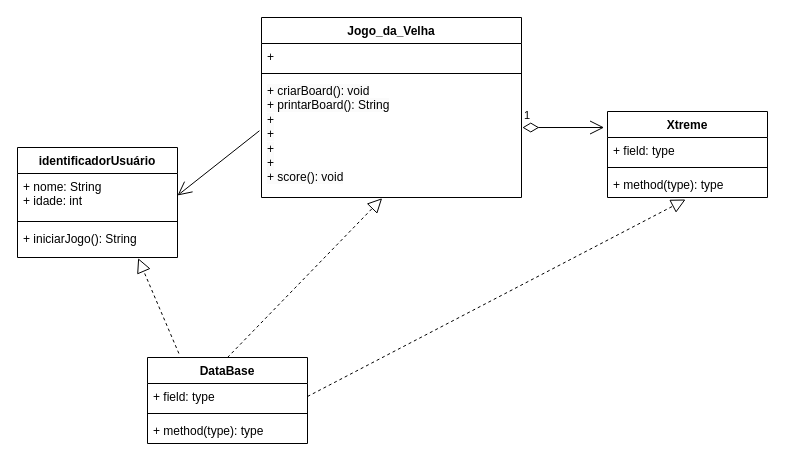
Earlier version of the draw.io diagram mini_projeto_3/Projeto_3/diagrama_de_classes.drawio (antonioscarvalho/Projetos-Orientados-a-Objetos). Source tidied: cells renumbered, new cells numbered last; positions are measured from the earlier drawing's top-left corner, leaving out a move shared by most shapes. Both pictures are drawn from the tidied source at 100%, with x=0, y=0 at pixel (17, 17).
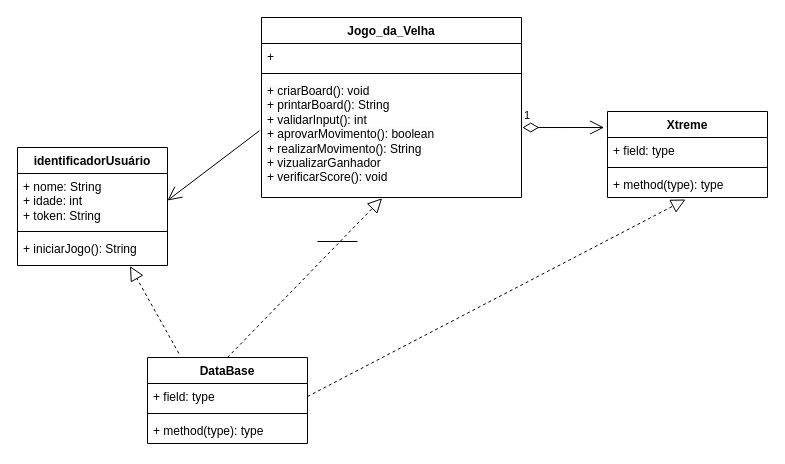
The same diagram, later.

The change refers to these unchanged cells:
```xml
<mxCell id="6" value="Jogo_da_Velha" style="swimlane;fontStyle=1;align=center;verticalAlign=top;horizontal=1;startSize=26;whiteSpace=wrap;html=1;" parent="1" vertex="1">
  <mxGeometry x="244" width="260" height="180" as="geometry" />
</mxCell>
<mxCell id="10" value="DataBase" style="swimlane;fontStyle=1;align=center;verticalAlign=top;horizontal=1;startSize=26;whiteSpace=wrap;html=1;" parent="1" vertex="1">
  <mxGeometry x="130" y="340" width="160" height="86" as="geometry" />
</mxCell>
```

What changed in the source:
```diff
@@
     <mxCell id="2" value="identificadorUsuário" style="swimlane;fontStyle=1;align=center;verticalAlign=top;horizontal=1;startSize=26;whiteSpace=wrap;html=1;" parent="1" vertex="1">
-      <mxGeometry y="130" width="160" height="110" as="geometry" />
+      <mxGeometry y="130" width="150" height="118" as="geometry" />
     </mxCell>
-    <mxCell id="3" value="+ nome: String&lt;br&gt;+ idade: int" style="text;strokeColor=none;fillColor=none;align=left;verticalAlign=top;spacingLeft=4;spacingRight=4;overflow=hidden;points=[[0,0.5],[1,0.5]];portConstraint=eastwest;whiteSpace=wrap;html=1;" parent="2" vertex="1">
-      <mxGeometry y="26" width="160" height="44" as="geometry" />
+    <mxCell id="3" value="+ nome: String&lt;br&gt;+ idade: int&lt;br&gt;+ token: String&lt;br&gt;" style="text;strokeColor=none;fillColor=none;align=left;verticalAlign=top;spacingLeft=4;spacingRight=4;overflow=hidden;points=[[0,0.5],[1,0.5]];portConstraint=eastwest;whiteSpace=wrap;html=1;" parent="2" vertex="1">
+      <mxGeometry y="26" width="150" height="54" as="geometry" />
     </mxCell>
-    <mxCell id="4" style="line;strokeWidth=1;fillColor=none;align=left;verticalAlign=middle;spacingTop=-1;spacingLeft=3;spacingRight=3;labelPosition=right;strokeColor=inherit;" parent="2" vertex="1">
-      <mxGeometry y="70" width="160" height="8" as="geometry" />
-    </mxCell>
+    <mxCell id="23" style="line;strokeWidth=1;fillColor=none;align=left;verticalAlign=middle;spacingTop=-1;spacingLeft=3;spacingRight=3;labelPosition=right;strokeColor=inherit;" parent="2" vertex="1">
+      <mxGeometry y="80" width="150" height="8" as="geometry" />
+    </mxCell>
     <mxCell id="5" value="+ iniciarJogo(): String" style="text;strokeColor=none;fillColor=none;align=left;verticalAlign=top;spacingLeft=4;spacingRight=4;overflow=hidden;points=[[0,0.5],[1,0.5]];portConstraint=eastwest;whiteSpace=wrap;html=1;" parent="2" vertex="1">
-      <mxGeometry y="78" width="160" height="32" as="geometry" />
+      <mxGeometry y="88" width="150" height="30" as="geometry" />
     </mxCell>
@@
-    <mxCell id="9" value="&lt;span style=&quot;color: rgb(0, 0, 0); font-family: Helvetica; font-size: 12px; font-style: normal; font-variant-ligatures: normal; font-variant-caps: normal; font-weight: 400; letter-spacing: normal; orphans: 2; text-align: left; text-indent: 0px; text-transform: none; widows: 2; word-spacing: 0px; -webkit-text-stroke-width: 0px; background-color: rgb(251, 251, 251); text-decoration-thickness: initial; text-decoration-style: initial; text-decoration-color: initial; float: none; display: inline !important;&quot;&gt;+ criarBoard(): void&lt;/span&gt;&lt;br style=&quot;border-color: var(--border-color); color: rgb(0, 0, 0); font-family: Helvetica; font-size: 12px; font-style: normal; font-variant-ligatures: normal; font-variant-caps: normal; font-weight: 400; letter-spacing: normal; orphans: 2; text-align: left; text-indent: 0px; text-transform: none; widows: 2; word-spacing: 0px; -webkit-text-stroke-width: 0px; background-color: rgb(251, 251, 251); text-decoration-thickness: initial; text-decoration-style: initial; text-decoration-color: initial;&quot;&gt;&lt;span style=&quot;color: rgb(0, 0, 0); font-family: Helvetica; font-size: 12px; font-style: normal; font-variant-ligatures: normal; font-variant-caps: normal; font-weight: 400; letter-spacing: normal; orphans: 2; text-align: left; text-indent: 0px; text-transform: none; widows: 2; word-spacing: 0px; -webkit-text-stroke-width: 0px; background-color: rgb(251, 251, 251); text-decoration-thickness: initial; text-decoration-style: initial; text-decoration-color: initial; float: none; display: inline !important;&quot;&gt;+ printarBoard(): String&lt;br&gt;+&lt;br&gt;+&lt;br&gt;+&lt;br&gt;+&lt;br&gt;+ score(): void&lt;br&gt;&lt;/span&gt;" style="text;strokeColor=none;fillColor=none;align=left;verticalAlign=top;spacingLeft=4;spacingRight=4;overflow=hidden;points=[[0,0.5],[1,0.5]];portConstraint=eastwest;whiteSpace=wrap;html=1;" parent="6" vertex="1">
+    <mxCell id="9" value="&lt;span style=&quot;color: rgb(0, 0, 0); font-family: Helvetica; font-size: 12px; font-style: normal; font-variant-ligatures: normal; font-variant-caps: normal; font-weight: 400; letter-spacing: normal; orphans: 2; text-align: left; text-indent: 0px; text-transform: none; widows: 2; word-spacing: 0px; -webkit-text-stroke-width: 0px; background-color: rgb(251, 251, 251); text-decoration-thickness: initial; text-decoration-style: initial; text-decoration-color: initial; float: none; display: inline !important;&quot;&gt;+ criarBoard(): void&lt;/span&gt;&lt;br style=&quot;border-color: var(--border-color); color: rgb(0, 0, 0); font-family: Helvetica; font-size: 12px; font-style: normal; font-variant-ligatures: normal; font-variant-caps: normal; font-weight: 400; letter-spacing: normal; orphans: 2; text-align: left; text-indent: 0px; text-transform: none; widows: 2; word-spacing: 0px; -webkit-text-stroke-width: 0px; background-color: rgb(251, 251, 251); text-decoration-thickness: initial; text-decoration-style: initial; text-decoration-color: initial;&quot;&gt;&lt;span style=&quot;color: rgb(0, 0, 0); font-family: Helvetica; font-size: 12px; font-style: normal; font-variant-ligatures: normal; font-variant-caps: normal; font-weight: 400; letter-spacing: normal; orphans: 2; text-align: left; text-indent: 0px; text-transform: none; widows: 2; word-spacing: 0px; -webkit-text-stroke-width: 0px; background-color: rgb(251, 251, 251); text-decoration-thickness: initial; text-decoration-style: initial; text-decoration-color: initial; float: none; display: inline !important;&quot;&gt;+ printarBoard(): String&lt;br&gt;+ validarInput(): int&lt;br&gt;+ aprovarMovimento(): boolean&lt;br&gt;+ realizarMovimento(): String&lt;br&gt;+ vizualizarGanhador&lt;br&gt;+ verificarScore(): void&lt;br&gt;&lt;/span&gt;" style="text;strokeColor=none;fillColor=none;align=left;verticalAlign=top;spacingLeft=4;spacingRight=4;overflow=hidden;points=[[0,0.5],[1,0.5]];portConstraint=eastwest;whiteSpace=wrap;html=1;" parent="6" vertex="1">
       <mxGeometry y="60" width="260" height="120" as="geometry" />
     </mxCell>
@@
-    <mxCell id="15" style="endArrow=block;dashed=1;endFill=0;endSize=12;html=1;rounded=0;exitX=0.196;exitY=-0.047;exitDx=0;exitDy=0;exitPerimeter=0;entryX=0.754;entryY=1.021;entryDx=0;entryDy=0;entryPerimeter=0;" parent="1" edge="1" source="10" target="5">
+    <mxCell id="15" style="endArrow=block;dashed=1;endFill=0;endSize=12;html=1;rounded=0;exitX=0.196;exitY=-0.047;exitDx=0;exitDy=0;exitPerimeter=0;entryX=0.75;entryY=1.022;entryDx=0;entryDy=0;entryPerimeter=0;" parent="1" edge="1" source="10" target="5">
       <mxGeometry relative="1" as="geometry" />
     </mxCell>
@@
+    <mxCell id="24" style="line;strokeWidth=1;fillColor=none;align=left;verticalAlign=middle;spacingTop=-1;spacingLeft=3;spacingRight=3;labelPosition=right;strokeColor=inherit;" parent="1" vertex="1">
+      <mxGeometry x="300" y="220" width="40" height="8" as="geometry" />
+    </mxCell>
```
